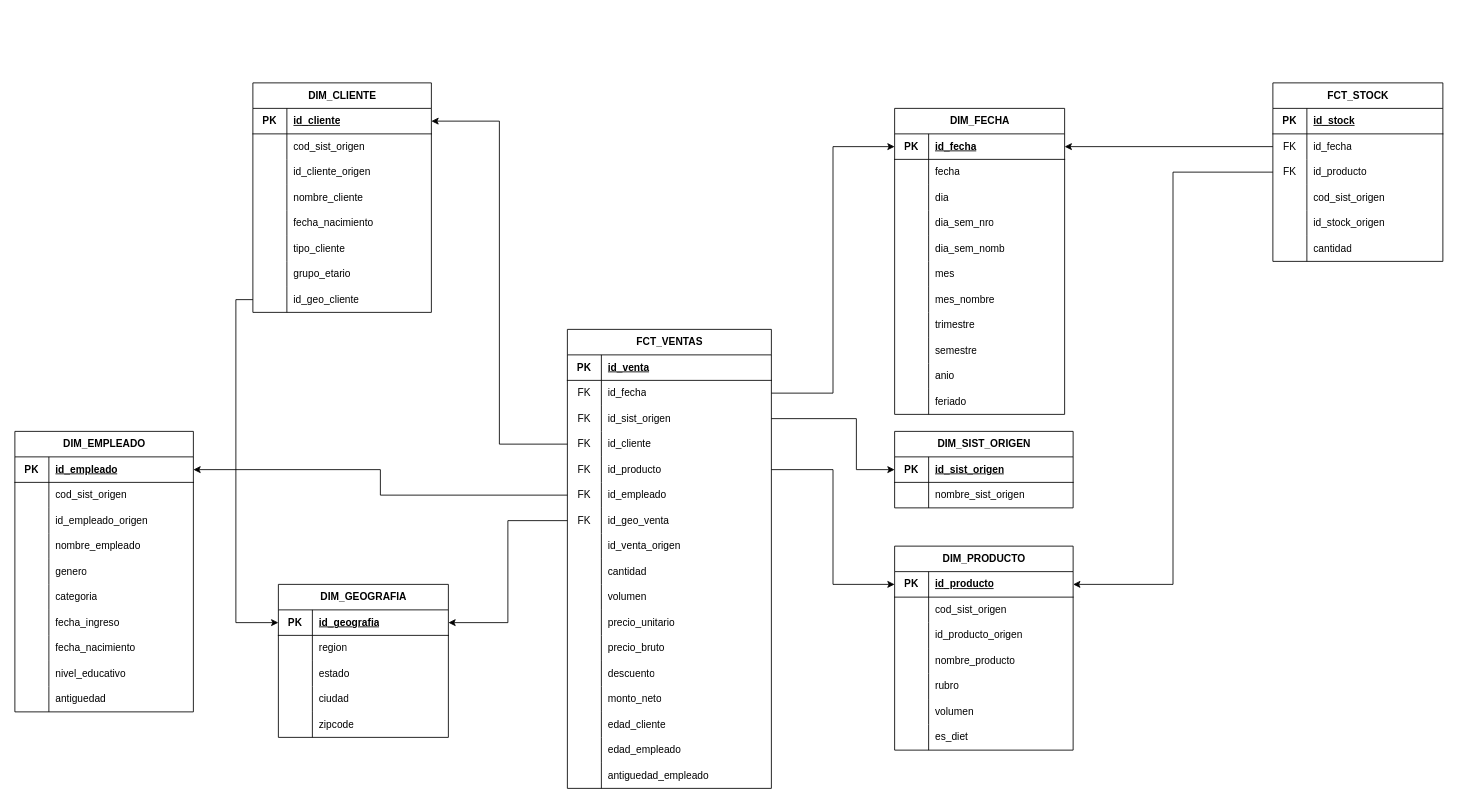
The draw.io diagram TP/TP_BD2_estrella.drawio in Ftedp/BBDD2-TUIA, before the edit. Source tidied: cells renumbered, new cells numbered last; positions are measured from the earlier drawing's top-left corner, leaving out a move shared by most shapes. Both pictures are drawn from the tidied source at 85%, with x=0, y=0 at pixel (14, 82).
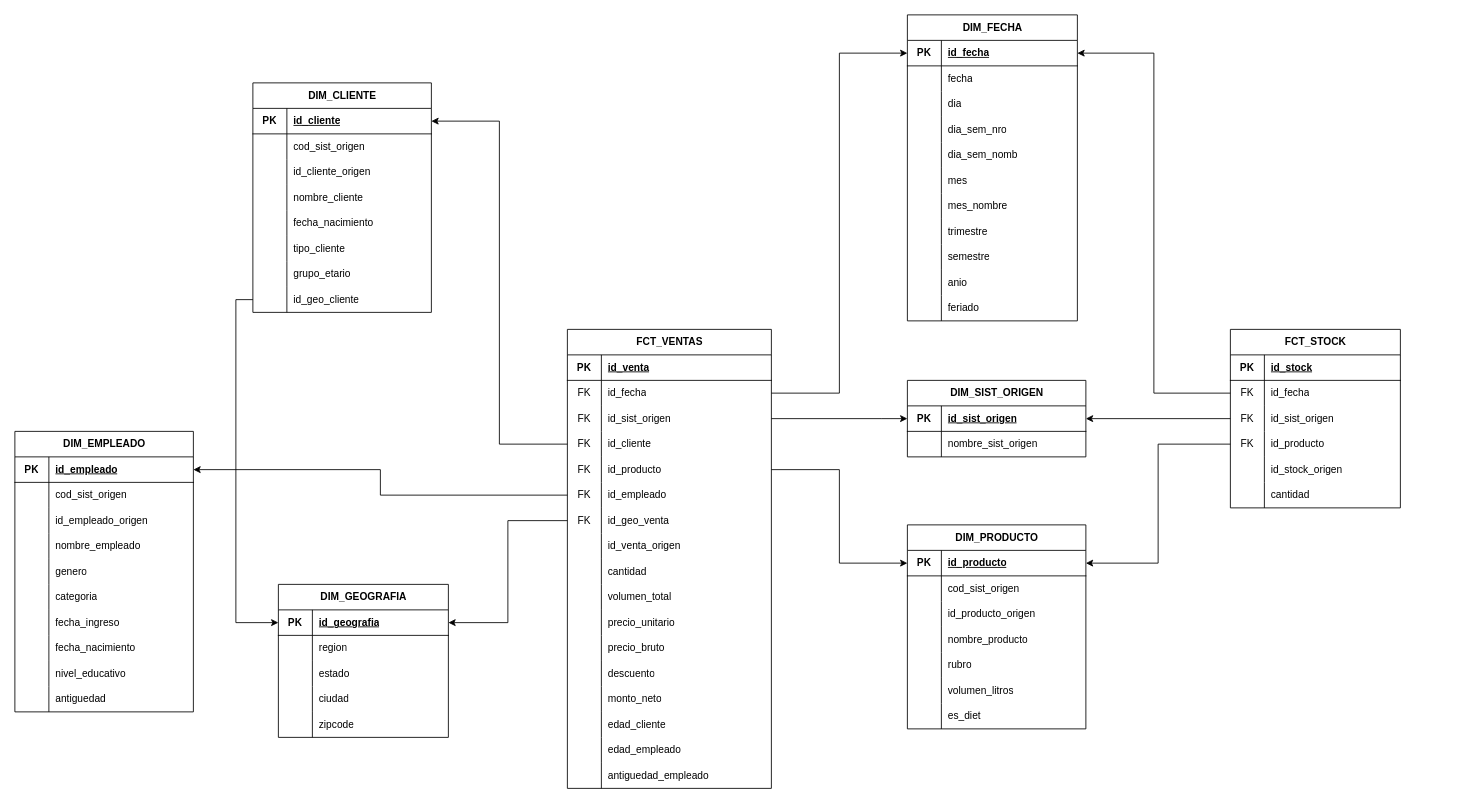
The same page after the edit.

The change refers to these unchanged cells:
```xml
<mxCell id="93" style="shape=tableRow;horizontal=0;startSize=0;swimlaneHead=0;swimlaneBody=0;fillColor=none;top=0;left=0;right=0;bottom=0;" parent="77" vertex="1">
  <mxGeometry y="180" width="210" height="30" as="geometry" />
</mxCell>
<mxCell id="137" style="shape=tableRow;horizontal=0;startSize=0;swimlaneHead=0;swimlaneBody=0;fillColor=none;points=[[0,0.5],[1,0.5]];portConstraint=eastwest;top=0;left=0;right=0;bottom=0;" parent="130" vertex="1">
  <mxGeometry y="90" width="240" height="30" as="geometry" />
</mxCell>
<mxCell id="158" style="shape=tableRow;horizontal=0;startSize=0;swimlaneHead=0;swimlaneBody=0;fillColor=none;top=0;left=0;right=0;bottom=0;" parent="130" vertex="1">
  <mxGeometry y="300" width="240" height="30" as="geometry" />
</mxCell>
<mxCell id="210" style="shape=tableRow;horizontal=0;startSize=0;swimlaneHead=0;swimlaneBody=0;fillColor=none;points=[[0,0.5],[1,0.5]];portConstraint=eastwest;top=0;left=0;right=0;bottom=1;" parent="209" vertex="1">
  <mxGeometry y="30" width="210" height="30" as="geometry" />
</mxCell>
```

What changed in the source:
```diff
@@
     <mxCell id="2" value="DIM_FECHA" style="shape=table;startSize=30;childLayout=tableLayout;rowLines=0;fontStyle=1;align=center;html=1;" parent="1" vertex="1">
-      <mxGeometry x="1035" y="30" width="200" height="360" as="geometry" />
+      <mxGeometry x="1050" y="-80" width="200" height="360" as="geometry" />
     </mxCell>
@@
     <mxCell id="77" value="DIM_PRODUCTO" style="shape=table;startSize=30;childLayout=tableLayout;rowLines=0;fontStyle=1;align=center;html=1;" parent="1" vertex="1">
-      <mxGeometry x="1035" y="545" width="210" height="240" as="geometry" />
+      <mxGeometry x="1050" y="520" width="210" height="240" as="geometry" />
     </mxCell>
@@
-    <mxCell id="95" value="volumen" style="shape=partialRectangle;fillColor=none;top=0;left=0;bottom=0;right=0;align=left;spacingLeft=6;overflow=hidden;whiteSpace=wrap;html=1;" parent="93" vertex="1">
+    <mxCell id="95" value="volumen_litros" style="shape=partialRectangle;fillColor=none;top=0;left=0;bottom=0;right=0;align=left;spacingLeft=6;overflow=hidden;whiteSpace=wrap;html=1;" parent="93" vertex="1">
       <mxGeometry x="40" width="170" height="30" as="geometry" />
     </mxCell>
@@
-    <mxCell id="160" value="volumen" style="shape=partialRectangle;fillColor=none;top=0;left=0;bottom=0;right=0;align=left;spacingLeft=6;overflow=hidden;whiteSpace=wrap;html=1;" parent="158" vertex="1">
+    <mxCell id="160" value="volumen_total" style="shape=partialRectangle;fillColor=none;top=0;left=0;bottom=0;right=0;align=left;spacingLeft=6;overflow=hidden;whiteSpace=wrap;html=1;" parent="158" vertex="1">
       <mxGeometry x="40" width="200" height="30" as="geometry" />
     </mxCell>
@@
     <mxCell id="182" value="FCT_STOCK" style="shape=table;startSize=30;childLayout=tableLayout;rowLines=0;fontStyle=1;align=center;html=1;" parent="1" vertex="1">
-      <mxGeometry x="1480" width="200" height="210" as="geometry" />
+      <mxGeometry x="1430" y="290" width="200" height="210" as="geometry" />
     </mxCell>
@@
+    <mxCell id="217" style="shape=tableRow;horizontal=0;startSize=0;swimlaneHead=0;swimlaneBody=0;fillColor=none;points=[[0,0.5],[1,0.5]];portConstraint=eastwest;top=0;left=0;right=0;bottom=0;" parent="182" vertex="1">
+      <mxGeometry y="90" width="200" height="30" as="geometry" />
+    </mxCell>
+    <mxCell id="218" value="FK" style="shape=partialRectangle;fillColor=none;top=0;left=0;bottom=0;right=0;overflow=hidden;whiteSpace=wrap;html=1;" parent="217" vertex="1">
+      <mxGeometry width="40" height="30" as="geometry" />
+    </mxCell>
+    <mxCell id="219" value="id_sist_origen" style="shape=partialRectangle;fillColor=none;top=0;left=0;bottom=0;right=0;align=left;spacingLeft=6;overflow=hidden;whiteSpace=wrap;html=1;" parent="217" vertex="1">
+      <mxGeometry x="40" width="160" height="30" as="geometry" />
+    </mxCell>
     <mxCell id="189" style="shape=tableRow;horizontal=0;startSize=0;swimlaneHead=0;swimlaneBody=0;fillColor=none;points=[[0,0.5],[1,0.5]];portConstraint=eastwest;top=0;left=0;right=0;bottom=0;" parent="182" vertex="1">
-      <mxGeometry y="90" width="200" height="30" as="geometry" />
+      <mxGeometry y="120" width="200" height="30" as="geometry" />
     </mxCell>
@@
-    <mxCell id="192" style="shape=tableRow;horizontal=0;startSize=0;swimlaneHead=0;swimlaneBody=0;fillColor=none;top=0;left=0;right=0;bottom=0;" parent="182" vertex="1">
-      <mxGeometry y="120" width="200" height="30" as="geometry" />
-    </mxCell>
-    <mxCell id="193" style="shape=partialRectangle;fillColor=none;top=0;left=0;bottom=0;right=0;overflow=hidden;whiteSpace=wrap;html=1;" parent="192" vertex="1">
-      <mxGeometry width="40" height="30" as="geometry" />
-    </mxCell>
-    <mxCell id="194" value="cod_sist_origen" style="shape=partialRectangle;fillColor=none;top=0;left=0;bottom=0;right=0;align=left;spacingLeft=6;overflow=hidden;whiteSpace=wrap;html=1;" parent="192" vertex="1">
-      <mxGeometry x="40" width="160" height="30" as="geometry" />
-    </mxCell>
@@
     <mxCell id="209" value="DIM_SIST_ORIGEN" style="shape=table;startSize=30;childLayout=tableLayout;rowLines=0;fontStyle=1;align=center;html=1;" parent="1" vertex="1">
-      <mxGeometry x="1035" y="410" width="210" height="90" as="geometry" />
+      <mxGeometry x="1050" y="350" width="210" height="90" as="geometry" />
     </mxCell>
@@
     <mxCell id="216" style="edgeStyle=orthogonalEdgeStyle;rounded=0;jettySize=auto;html=1;exitX=1;exitY=0.5;exitDx=0;exitDy=0;entryX=0;entryY=0.5;entryDx=0;entryDy=0;" parent="1" edge="1" source="137" target="210">
       <mxGeometry relative="1" as="geometry">
         <Array as="points">
-          <mxPoint x="990" y="395" />
-          <mxPoint x="990" y="455" />
-          <mxPoint x="1035" y="455" />
+          <mxPoint x="1020" y="395" />
+          <mxPoint x="1020" y="395" />
         </Array>
       </mxGeometry>
     </mxCell>
+    <mxCell id="220" style="edgeStyle=orthogonalEdgeStyle;rounded=0;jettySize=auto;html=1;exitX=0;exitY=0.5;exitDx=0;exitDy=0;entryX=1;entryY=0.5;entryDx=0;entryDy=0;" parent="1" edge="1" source="217" target="210">
+      <mxGeometry relative="1" as="geometry" />
+    </mxCell>
```
